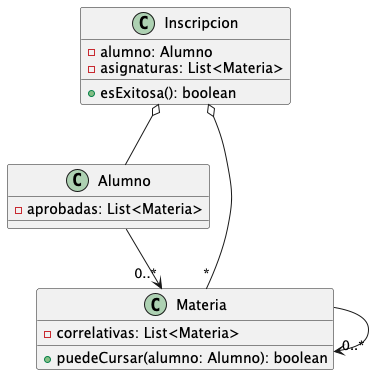
The PlantUML diagram diagrama-de-clases.png in nahuelterrazas/dds-utn-tpi-correlatividades, before a commit.
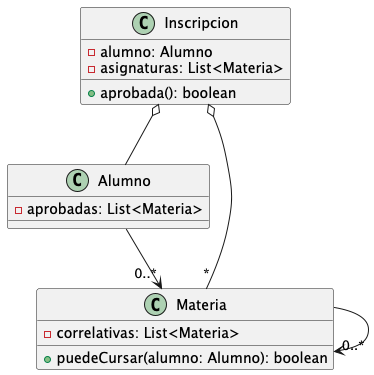
After the change.

What changed in the source:
```diff
@@ -8,7 +8,7 @@
 class Inscripcion {
 - alumno: Alumno
 - asignaturas: List<Materia>
-+ esExitosa(): boolean
++ aprobada(): boolean
 }
 
 class Materia {
```
